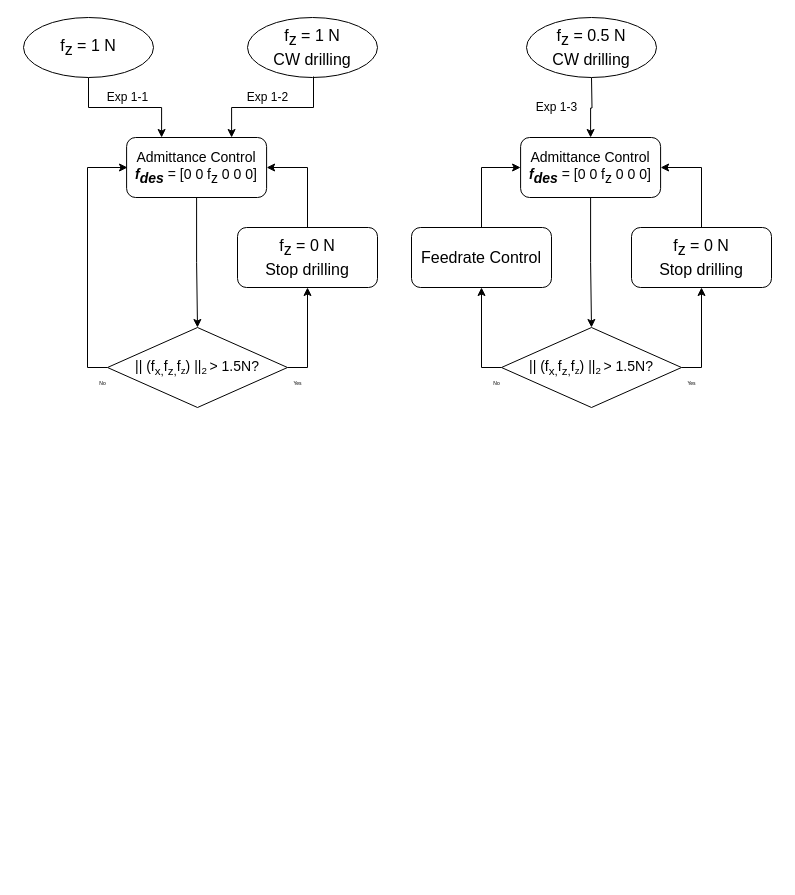
This is 009YiChan/Chan's thesis/Images/Original/Exp1.drawio from yichan0428/MS_thesis, a draw.io file, before an edit. Source tidied: cells renumbered, new cells numbered last; positions are measured from the earlier drawing's top-left corner, leaving out a move shared by most shapes. Both pictures are drawn from the tidied source at 100%, with x=0, y=0 at pixel (23, 17).
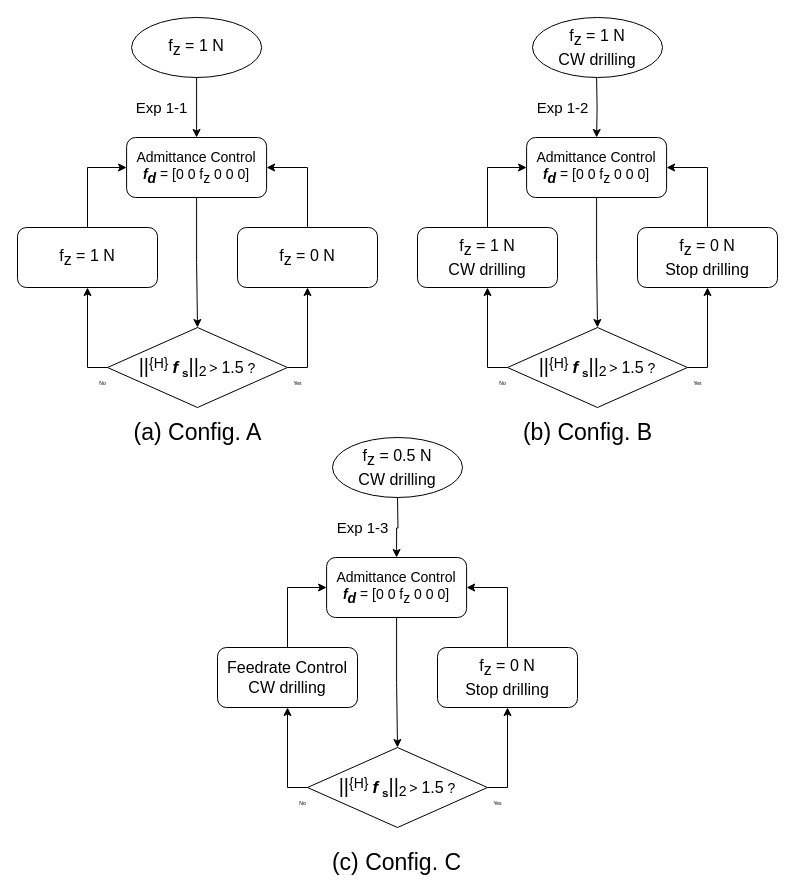
After the change.

Change to the diagram source:
```diff
@@
     <mxCell id="2" style="edgeStyle=orthogonalEdgeStyle;rounded=0;jettySize=auto;html=1;exitX=0.5;exitY=1;exitDx=0;exitDy=0;entryX=0.5;entryY=0;entryDx=0;entryDy=0;" parent="1" edge="1" target="4">
       <mxGeometry relative="1" as="geometry">
-        <mxPoint x="568" y="60" as="sourcePoint" />
+        <mxPoint x="374" y="480" as="sourcePoint" />
       </mxGeometry>
     </mxCell>
@@
-    <mxCell id="4" value="Admittance Control&lt;br style=&quot;font-size: 14px;&quot;&gt;&lt;i style=&quot;font-size: 14px;&quot;&gt;&lt;b style=&quot;font-size: 14px;&quot;&gt;f&lt;sub style=&quot;font-size: 14px;&quot;&gt;des&lt;/sub&gt;&lt;/b&gt;&lt;/i&gt;&amp;nbsp;= [0 0 f&lt;sub style=&quot;font-size: 14px;&quot;&gt;z&lt;/sub&gt;&lt;span style=&quot;font-size: 14px;&quot;&gt;&amp;nbsp;0 0 0&lt;/span&gt;&lt;span style=&quot;font-size: 14px;&quot;&gt;]&lt;/span&gt;" style="rounded=1;whiteSpace=wrap;html=1;fontSize=14;" parent="1" vertex="1">
-      <mxGeometry x="497.1" y="120" width="140" height="60" as="geometry" />
+    <mxCell id="4" value="Admittance Control&lt;br style=&quot;font-size: 14px&quot;&gt;&lt;i style=&quot;font-size: 14px&quot;&gt;&lt;b style=&quot;font-size: 14px&quot;&gt;f&lt;sub style=&quot;font-size: 14px&quot;&gt;d&lt;/sub&gt;&lt;/b&gt;&lt;/i&gt;&amp;nbsp;= [0 0 f&lt;sub style=&quot;font-size: 14px&quot;&gt;z&lt;/sub&gt;&lt;span style=&quot;font-size: 14px&quot;&gt;&amp;nbsp;0 0 0&lt;/span&gt;&lt;span style=&quot;font-size: 14px&quot;&gt;]&lt;/span&gt;" style="rounded=1;whiteSpace=wrap;html=1;fontSize=14;" parent="1" vertex="1">
+      <mxGeometry x="303.1" y="540" width="140" height="60" as="geometry" />
     </mxCell>
@@
-    <mxCell id="6" value="Feedrate Control" style="rounded=1;whiteSpace=wrap;html=1;fontSize=16;" parent="1" vertex="1">
-      <mxGeometry x="388" y="210" width="140" height="60" as="geometry" />
+    <mxCell id="6" value="Feedrate Control&lt;br&gt;CW drilling" style="rounded=1;whiteSpace=wrap;html=1;fontSize=16;" parent="1" vertex="1">
+      <mxGeometry x="194" y="630" width="140" height="60" as="geometry" />
     </mxCell>
     <mxCell id="7" style="edgeStyle=orthogonalEdgeStyle;rounded=0;jettySize=auto;html=1;exitX=1;exitY=0.5;exitDx=0;exitDy=0;entryX=0.5;entryY=1;entryDx=0;entryDy=0;" parent="1" edge="1" source="9" target="13">
       <mxGeometry relative="1" as="geometry">
         <Array as="points">
-          <mxPoint x="678" y="350" />
+          <mxPoint x="484" y="770" />
         </Array>
       </mxGeometry>
     </mxCell>
     <mxCell id="8" style="edgeStyle=orthogonalEdgeStyle;rounded=0;jettySize=auto;html=1;" parent="1" edge="1" target="6">
       <mxGeometry relative="1" as="geometry">
-        <mxPoint x="478" y="350" as="sourcePoint" />
+        <mxPoint x="284" y="770" as="sourcePoint" />
         <Array as="points">
-          <mxPoint x="458" y="350" />
+          <mxPoint x="264" y="770" />
         </Array>
       </mxGeometry>
     </mxCell>
-    <mxCell id="9" value="&lt;font style=&quot;font-size: 14px&quot;&gt;|| (f&lt;sub&gt;x,&lt;/sub&gt;f&lt;sub&gt;z,&lt;/sub&gt;f&lt;/font&gt;&lt;font&gt;&lt;span style=&quot;font-size: 11.6667px&quot;&gt;&lt;sub&gt;z&lt;/sub&gt;&lt;/span&gt;&lt;span style=&quot;font-size: 14px&quot;&gt;)&lt;/span&gt;&lt;b style=&quot;font-size: 14px&quot;&gt;&amp;nbsp;&lt;/b&gt;&lt;span style=&quot;font-size: 14px&quot;&gt;||&lt;/span&gt;&lt;span style=&quot;font-size: 11.6667px&quot;&gt;&lt;sub&gt;2&amp;nbsp;&lt;/sub&gt;&lt;/span&gt;&lt;span style=&quot;font-size: 14px&quot;&gt;&amp;gt; 1.5N?&lt;/span&gt;&lt;/font&gt;" style="rhombus;whiteSpace=wrap;html=1;" parent="1" vertex="1">
-      <mxGeometry x="478" y="310" width="180" height="80" as="geometry" />
+    <mxCell id="9" value="&lt;font style=&quot;font-size: 20px&quot;&gt;||&lt;/font&gt;&lt;sup style=&quot;font-size: 14px&quot;&gt;{H}&amp;nbsp;&lt;/sup&gt;&lt;b&gt;&lt;i&gt;&lt;font style=&quot;font-size: 17px&quot;&gt;f&lt;/font&gt;&lt;/i&gt;&lt;/b&gt;&lt;b style=&quot;font-size: 14px&quot;&gt;&amp;nbsp;&lt;sub&gt;s&lt;/sub&gt;&lt;/b&gt;&lt;span style=&quot;font-size: 20px&quot;&gt;||&lt;/span&gt;&lt;sub style=&quot;font-size: 14px&quot;&gt;2&lt;/sub&gt;&lt;span style=&quot;font-size: 11.6667px&quot;&gt;&lt;sub&gt;&amp;nbsp;&lt;/sub&gt;&lt;/span&gt;&lt;span style=&quot;font-size: 14px&quot;&gt;&amp;gt;&amp;nbsp;&lt;/span&gt;&lt;font style=&quot;font-size: 16px&quot;&gt;1.5&lt;/font&gt;&lt;span style=&quot;font-size: 14px&quot;&gt;&amp;nbsp;?&lt;/span&gt;" style="rhombus;whiteSpace=wrap;html=1;" parent="1" vertex="1">
+      <mxGeometry x="284" y="730" width="180" height="80" as="geometry" />
     </mxCell>
     <mxCell id="10" value="Yes" style="text;html=1;align=center;verticalAlign=middle;strokeColor=none;fontSize=5;" parent="1" vertex="1">
-      <mxGeometry x="648" y="360" width="40" height="10" as="geometry" />
+      <mxGeometry x="454" y="780" width="40" height="10" as="geometry" />
     </mxCell>
     <mxCell id="11" value="No" style="text;html=1;align=center;verticalAlign=middle;strokeColor=none;fontSize=5;" parent="1" vertex="1">
-      <mxGeometry x="458" y="360" width="30" height="10" as="geometry" />
+      <mxGeometry x="264" y="780" width="30" height="10" as="geometry" />
     </mxCell>
@@
     <mxCell id="13" value="&lt;span style=&quot;font-size: 16px;&quot;&gt;f&lt;sub style=&quot;font-size: 16px;&quot;&gt;z&lt;/sub&gt;&lt;/span&gt;&lt;span style=&quot;font-size: 16px;&quot;&gt;&amp;nbsp;= 0 N&lt;br style=&quot;font-size: 16px;&quot;&gt;Stop drilling&lt;br style=&quot;font-size: 16px;&quot;&gt;&lt;/span&gt;" style="rounded=1;whiteSpace=wrap;html=1;fontSize=16;" parent="1" vertex="1">
-      <mxGeometry x="608" y="210" width="140" height="60" as="geometry" />
+      <mxGeometry x="414" y="630" width="140" height="60" as="geometry" />
     </mxCell>
     <mxCell id="14" value="&lt;span style=&quot;font-size: 16px;&quot;&gt;f&lt;sub style=&quot;font-size: 16px;&quot;&gt;z&lt;/sub&gt;&lt;/span&gt;&lt;span style=&quot;font-size: 16px;&quot;&gt;&amp;nbsp;= 0.5 N&lt;br style=&quot;font-size: 16px;&quot;&gt;CW drilling&lt;br style=&quot;font-size: 16px;&quot;&gt;&lt;/span&gt;" style="ellipse;whiteSpace=wrap;html=1;fontSize=16;" parent="1" vertex="1">
-      <mxGeometry x="503" width="130" height="60" as="geometry" />
+      <mxGeometry x="309" y="420" width="130" height="60" as="geometry" />
     </mxCell>
-    <mxCell id="15" value="&lt;span style=&quot;font-size: 16px&quot;&gt;f&lt;sub style=&quot;font-size: 16px&quot;&gt;z&lt;/sub&gt;&lt;/span&gt;&lt;span style=&quot;font-size: 16px&quot;&gt;&amp;nbsp;= 1 N&lt;br style=&quot;font-size: 16px&quot;&gt;CW drilling&lt;br style=&quot;font-size: 16px&quot;&gt;&lt;/span&gt;" style="ellipse;whiteSpace=wrap;html=1;fontSize=16;" parent="1" vertex="1">
-      <mxGeometry x="224" width="130" height="60" as="geometry" />
-    </mxCell>
-    <mxCell id="16" style="edgeStyle=orthogonalEdgeStyle;rounded=0;jettySize=auto;html=1;exitX=0.5;exitY=1;exitDx=0;exitDy=0;entryX=0.25;entryY=0;entryDx=0;entryDy=0;" parent="1" edge="1" source="17" target="20">
+    <mxCell id="16" style="edgeStyle=orthogonalEdgeStyle;rounded=0;jettySize=auto;html=1;exitX=0.5;exitY=1;exitDx=0;exitDy=0;entryX=0.5;entryY=0;entryDx=0;entryDy=0;" parent="1" edge="1" source="17" target="20">
       <mxGeometry relative="1" as="geometry" />
     </mxCell>
     <mxCell id="17" value="&lt;span style=&quot;font-size: 16px&quot;&gt;f&lt;sub style=&quot;font-size: 16px&quot;&gt;z&lt;/sub&gt;&lt;/span&gt;&lt;span style=&quot;font-size: 16px&quot;&gt;&amp;nbsp;= 1 N&lt;br style=&quot;font-size: 16px&quot;&gt;&lt;/span&gt;" style="ellipse;whiteSpace=wrap;html=1;fontSize=16;" parent="1" vertex="1">
-      <mxGeometry width="130" height="60" as="geometry" />
+      <mxGeometry x="108.1" width="130" height="60" as="geometry" />
     </mxCell>
-    <mxCell id="18" style="edgeStyle=orthogonalEdgeStyle;rounded=0;jettySize=auto;html=1;entryX=0.75;entryY=0;entryDx=0;entryDy=0;" parent="1" edge="1" target="20">
-      <mxGeometry relative="1" as="geometry">
-        <mxPoint x="290" y="59" as="sourcePoint" />
-        <Array as="points">
-          <mxPoint x="290" y="59" />
-          <mxPoint x="290" y="90" />
-          <mxPoint x="208" y="90" />
-        </Array>
-      </mxGeometry>
-    </mxCell>
@@
-    <mxCell id="20" value="Admittance Control&lt;br style=&quot;font-size: 14px;&quot;&gt;&lt;i style=&quot;font-size: 14px;&quot;&gt;&lt;b style=&quot;font-size: 14px;&quot;&gt;f&lt;sub style=&quot;font-size: 14px;&quot;&gt;des&lt;/sub&gt;&lt;/b&gt;&lt;/i&gt;&amp;nbsp;= [0 0 f&lt;sub style=&quot;font-size: 14px;&quot;&gt;z&lt;/sub&gt;&lt;span style=&quot;font-size: 14px;&quot;&gt;&amp;nbsp;0 0 0&lt;/span&gt;&lt;span style=&quot;font-size: 14px;&quot;&gt;]&lt;/span&gt;" style="rounded=1;whiteSpace=wrap;html=1;fontSize=14;" parent="1" vertex="1">
+    <mxCell id="20" value="Admittance Control&lt;br style=&quot;font-size: 14px&quot;&gt;&lt;i style=&quot;font-size: 14px&quot;&gt;&lt;b style=&quot;font-size: 14px&quot;&gt;f&lt;sub style=&quot;font-size: 14px&quot;&gt;d&lt;/sub&gt;&lt;/b&gt;&lt;/i&gt;&amp;nbsp;= [0 0 f&lt;sub style=&quot;font-size: 14px&quot;&gt;z&lt;/sub&gt;&lt;span style=&quot;font-size: 14px&quot;&gt;&amp;nbsp;0 0 0&lt;/span&gt;&lt;span style=&quot;font-size: 14px&quot;&gt;]&lt;/span&gt;" style="rounded=1;whiteSpace=wrap;html=1;fontSize=14;" parent="1" vertex="1">
       <mxGeometry x="103.1" y="120" width="140" height="60" as="geometry" />
     </mxCell>
@@
-    <mxCell id="22" style="edgeStyle=orthogonalEdgeStyle;rounded=0;orthogonalLoop=1;jettySize=auto;html=1;" parent="1" edge="1">
-      <mxGeometry relative="1" as="geometry">
-        <mxPoint x="84" y="350" as="sourcePoint" />
-        <mxPoint x="104" y="150" as="targetPoint" />
-        <Array as="points">
-          <mxPoint x="64" y="350" />
-        </Array>
-      </mxGeometry>
-    </mxCell>
+    <mxCell id="31" style="edgeStyle=orthogonalEdgeStyle;rounded=0;jettySize=auto;html=1;exitX=0;exitY=0.5;exitDx=0;exitDy=0;entryX=0.5;entryY=1;entryDx=0;entryDy=0;" parent="1" edge="1" source="23" target="33">
+      <mxGeometry relative="1" as="geometry" />
+    </mxCell>
-    <mxCell id="23" value="&lt;font style=&quot;font-size: 14px&quot;&gt;|| (f&lt;sub&gt;x,&lt;/sub&gt;f&lt;sub&gt;z,&lt;/sub&gt;f&lt;/font&gt;&lt;font&gt;&lt;span style=&quot;font-size: 11.6667px&quot;&gt;&lt;sub&gt;z&lt;/sub&gt;&lt;/span&gt;&lt;span style=&quot;font-size: 14px&quot;&gt;)&lt;/span&gt;&lt;b style=&quot;font-size: 14px&quot;&gt;&amp;nbsp;&lt;/b&gt;&lt;span style=&quot;font-size: 14px&quot;&gt;||&lt;/span&gt;&lt;span style=&quot;font-size: 11.6667px&quot;&gt;&lt;sub&gt;2&amp;nbsp;&lt;/sub&gt;&lt;/span&gt;&lt;span style=&quot;font-size: 14px&quot;&gt;&amp;gt; 1.5N?&lt;/span&gt;&lt;/font&gt;" style="rhombus;whiteSpace=wrap;html=1;" parent="1" vertex="1">
+    <mxCell id="23" value="&lt;font style=&quot;font-size: 20px&quot;&gt;||&lt;/font&gt;&lt;sup style=&quot;font-size: 14px&quot;&gt;{H}&amp;nbsp;&lt;/sup&gt;&lt;b&gt;&lt;i&gt;&lt;font style=&quot;font-size: 17px&quot;&gt;f&lt;/font&gt;&lt;/i&gt;&lt;/b&gt;&lt;b style=&quot;font-size: 14px&quot;&gt;&amp;nbsp;&lt;sub&gt;s&lt;/sub&gt;&lt;/b&gt;&lt;span style=&quot;font-size: 20px&quot;&gt;||&lt;/span&gt;&lt;sub style=&quot;font-size: 14px&quot;&gt;2&lt;/sub&gt;&lt;span style=&quot;font-size: 11.6667px&quot;&gt;&lt;sub&gt;&amp;nbsp;&lt;/sub&gt;&lt;/span&gt;&lt;span style=&quot;font-size: 14px&quot;&gt;&amp;gt;&amp;nbsp;&lt;/span&gt;&lt;font style=&quot;font-size: 16px&quot;&gt;1.5&lt;/font&gt;&lt;span style=&quot;font-size: 14px&quot;&gt;&amp;nbsp;?&lt;/span&gt;" style="rhombus;whiteSpace=wrap;html=1;" parent="1" vertex="1">
       <mxGeometry x="84" y="310" width="180" height="80" as="geometry" />
     </mxCell>
@@
-    <mxCell id="27" value="&lt;span style=&quot;font-size: 16px;&quot;&gt;f&lt;sub style=&quot;font-size: 16px;&quot;&gt;z&lt;/sub&gt;&lt;/span&gt;&lt;span style=&quot;font-size: 16px;&quot;&gt;&amp;nbsp;= 0 N&lt;br style=&quot;font-size: 16px;&quot;&gt;Stop drilling&lt;br style=&quot;font-size: 16px;&quot;&gt;&lt;/span&gt;" style="rounded=1;whiteSpace=wrap;html=1;fontSize=16;" parent="1" vertex="1">
+    <mxCell id="27" value="&lt;span style=&quot;font-size: 16px&quot;&gt;f&lt;sub style=&quot;font-size: 16px&quot;&gt;z&lt;/sub&gt;&lt;/span&gt;&lt;span style=&quot;font-size: 16px&quot;&gt;&amp;nbsp;= 0 N&lt;br style=&quot;font-size: 16px&quot;&gt;&lt;/span&gt;" style="rounded=1;whiteSpace=wrap;html=1;fontSize=16;" parent="1" vertex="1">
       <mxGeometry x="214" y="210" width="140" height="60" as="geometry" />
     </mxCell>
-    <mxCell id="28" value="Exp 1-1" style="text;html=1;align=center;verticalAlign=middle;strokeColor=none;" parent="1" vertex="1">
-      <mxGeometry x="74" y="70" width="60" height="20" as="geometry" />
+    <mxCell id="28" value="Exp 1-1" style="text;html=1;align=center;verticalAlign=middle;strokeColor=none;fontSize=15;" parent="1" vertex="1">
+      <mxGeometry x="103.1" y="80" width="70" height="20" as="geometry" />
     </mxCell>
+    <mxCell id="30" value="Exp 1-3" style="text;html=1;align=center;verticalAlign=middle;strokeColor=none;fontSize=15;" parent="1" vertex="1">
+      <mxGeometry x="304" y="500" width="70" height="20" as="geometry" />
+    </mxCell>
+    <mxCell id="32" style="edgeStyle=orthogonalEdgeStyle;rounded=0;jettySize=auto;html=1;exitX=0.5;exitY=0;exitDx=0;exitDy=0;entryX=0;entryY=0.5;entryDx=0;entryDy=0;" parent="1" edge="1" source="33" target="20">
+      <mxGeometry relative="1" as="geometry" />
+    </mxCell>
+    <mxCell id="33" value="&lt;span style=&quot;font-size: 16px&quot;&gt;f&lt;sub style=&quot;font-size: 16px&quot;&gt;z&lt;/sub&gt;&lt;/span&gt;&lt;span style=&quot;font-size: 16px&quot;&gt;&amp;nbsp;= 1 N&lt;br style=&quot;font-size: 16px&quot;&gt;&lt;/span&gt;" style="rounded=1;whiteSpace=wrap;html=1;fontSize=16;" parent="1" vertex="1">
+      <mxGeometry x="-6" y="210" width="140" height="60" as="geometry" />
+    </mxCell>
+    <mxCell id="15" value="&lt;span style=&quot;font-size: 16px&quot;&gt;f&lt;sub style=&quot;font-size: 16px&quot;&gt;z&lt;/sub&gt;&lt;/span&gt;&lt;span style=&quot;font-size: 16px&quot;&gt;&amp;nbsp;= 1 N&lt;br style=&quot;font-size: 16px&quot;&gt;CW drilling&lt;br style=&quot;font-size: 16px&quot;&gt;&lt;/span&gt;" style="ellipse;whiteSpace=wrap;html=1;fontSize=16;" parent="1" vertex="1">
+      <mxGeometry x="509" width="130" height="60" as="geometry" />
+    </mxCell>
+    <mxCell id="34" style="edgeStyle=orthogonalEdgeStyle;rounded=0;jettySize=auto;html=1;exitX=0.5;exitY=1;exitDx=0;exitDy=0;entryX=0.5;entryY=0;entryDx=0;entryDy=0;" parent="1" edge="1" target="36">
+      <mxGeometry relative="1" as="geometry">
+        <mxPoint x="573.1" y="60" as="sourcePoint" />
+      </mxGeometry>
+    </mxCell>
+    <mxCell id="35" style="edgeStyle=orthogonalEdgeStyle;rounded=0;jettySize=auto;html=1;exitX=0.5;exitY=1;exitDx=0;exitDy=0;entryX=0.5;entryY=0;entryDx=0;entryDy=0;" parent="1" edge="1" source="36" target="39">
+      <mxGeometry relative="1" as="geometry" />
+    </mxCell>
+    <mxCell id="36" value="Admittance Control&lt;br style=&quot;font-size: 14px&quot;&gt;&lt;i style=&quot;font-size: 14px&quot;&gt;&lt;b style=&quot;font-size: 14px&quot;&gt;f&lt;sub style=&quot;font-size: 14px&quot;&gt;d&lt;/sub&gt;&lt;/b&gt;&lt;/i&gt;&amp;nbsp;= [0 0 f&lt;sub style=&quot;font-size: 14px&quot;&gt;z&lt;/sub&gt;&lt;span style=&quot;font-size: 14px&quot;&gt;&amp;nbsp;0 0 0&lt;/span&gt;&lt;span style=&quot;font-size: 14px&quot;&gt;]&lt;/span&gt;" style="rounded=1;whiteSpace=wrap;html=1;fontSize=14;" parent="1" vertex="1">
+      <mxGeometry x="503.1" y="120" width="140" height="60" as="geometry" />
+    </mxCell>
+    <mxCell id="37" style="edgeStyle=orthogonalEdgeStyle;rounded=0;jettySize=auto;html=1;exitX=1;exitY=0.5;exitDx=0;exitDy=0;entryX=0.5;entryY=1;entryDx=0;entryDy=0;" parent="1" edge="1" source="39" target="43">
+      <mxGeometry relative="1" as="geometry">
+        <Array as="points">
+          <mxPoint x="684" y="350" />
+        </Array>
+      </mxGeometry>
+    </mxCell>
+    <mxCell id="38" style="edgeStyle=orthogonalEdgeStyle;rounded=0;jettySize=auto;html=1;exitX=0;exitY=0.5;exitDx=0;exitDy=0;entryX=0.5;entryY=1;entryDx=0;entryDy=0;" parent="1" edge="1" source="39" target="45">
+      <mxGeometry relative="1" as="geometry" />
+    </mxCell>
+    <mxCell id="39" value="&lt;font style=&quot;font-size: 20px&quot;&gt;||&lt;/font&gt;&lt;sup style=&quot;font-size: 14px&quot;&gt;{H}&amp;nbsp;&lt;/sup&gt;&lt;b&gt;&lt;i&gt;&lt;font style=&quot;font-size: 17px&quot;&gt;f&lt;/font&gt;&lt;/i&gt;&lt;/b&gt;&lt;b style=&quot;font-size: 14px&quot;&gt;&amp;nbsp;&lt;sub&gt;s&lt;/sub&gt;&lt;/b&gt;&lt;span style=&quot;font-size: 20px&quot;&gt;||&lt;/span&gt;&lt;sub style=&quot;font-size: 14px&quot;&gt;2&lt;/sub&gt;&lt;span style=&quot;font-size: 11.6667px&quot;&gt;&lt;sub&gt;&amp;nbsp;&lt;/sub&gt;&lt;/span&gt;&lt;span style=&quot;font-size: 14px&quot;&gt;&amp;gt;&amp;nbsp;&lt;/span&gt;&lt;font style=&quot;font-size: 16px&quot;&gt;1.5&lt;/font&gt;&lt;span style=&quot;font-size: 14px&quot;&gt;&amp;nbsp;?&lt;/span&gt;" style="rhombus;whiteSpace=wrap;html=1;" parent="1" vertex="1">
+      <mxGeometry x="484" y="310" width="180" height="80" as="geometry" />
+    </mxCell>
+    <mxCell id="40" value="Yes" style="text;html=1;align=center;verticalAlign=middle;strokeColor=none;fontSize=5;" parent="1" vertex="1">
+      <mxGeometry x="654" y="360" width="40" height="10" as="geometry" />
+    </mxCell>
+    <mxCell id="41" value="No" style="text;html=1;align=center;verticalAlign=middle;strokeColor=none;fontSize=5;" parent="1" vertex="1">
+      <mxGeometry x="464" y="360" width="30" height="10" as="geometry" />
+    </mxCell>
+    <mxCell id="42" style="edgeStyle=orthogonalEdgeStyle;rounded=0;jettySize=auto;html=1;exitX=0.5;exitY=0;exitDx=0;exitDy=0;entryX=1;entryY=0.5;entryDx=0;entryDy=0;" parent="1" edge="1" source="43" target="36">
+      <mxGeometry relative="1" as="geometry" />
+    </mxCell>
+    <mxCell id="43" value="&lt;span style=&quot;font-size: 16px;&quot;&gt;f&lt;sub style=&quot;font-size: 16px;&quot;&gt;z&lt;/sub&gt;&lt;/span&gt;&lt;span style=&quot;font-size: 16px;&quot;&gt;&amp;nbsp;= 0 N&lt;br style=&quot;font-size: 16px;&quot;&gt;Stop drilling&lt;br style=&quot;font-size: 16px;&quot;&gt;&lt;/span&gt;" style="rounded=1;whiteSpace=wrap;html=1;fontSize=16;" parent="1" vertex="1">
+      <mxGeometry x="614" y="210" width="140" height="60" as="geometry" />
+    </mxCell>
-    <mxCell id="29" value="Exp 1-2" style="text;html=1;align=center;verticalAlign=middle;strokeColor=none;" parent="1" vertex="1">
-      <mxGeometry x="214" y="70" width="60" height="20" as="geometry" />
+    <mxCell id="29" value="Exp 1-2" style="text;html=1;align=center;verticalAlign=middle;strokeColor=none;fontSize=15;" parent="1" vertex="1">
+      <mxGeometry x="504" y="80" width="70" height="20" as="geometry" />
     </mxCell>
-    <mxCell id="30" value="Exp 1-3" style="text;html=1;align=center;verticalAlign=middle;strokeColor=none;" parent="1" vertex="1">
-      <mxGeometry x="503" y="80" width="60" height="20" as="geometry" />
-    </mxCell>
+    <mxCell id="44" style="edgeStyle=orthogonalEdgeStyle;rounded=0;jettySize=auto;html=1;exitX=0.5;exitY=0;exitDx=0;exitDy=0;entryX=0;entryY=0.5;entryDx=0;entryDy=0;" parent="1" edge="1" source="45" target="36">
+      <mxGeometry relative="1" as="geometry" />
+    </mxCell>
+    <mxCell id="45" value="&lt;span style=&quot;font-size: 16px&quot;&gt;f&lt;sub style=&quot;font-size: 16px&quot;&gt;z&lt;/sub&gt;&lt;/span&gt;&lt;span style=&quot;font-size: 16px&quot;&gt;&amp;nbsp;= 1 N&lt;br style=&quot;font-size: 16px&quot;&gt;CW drilling&lt;br style=&quot;font-size: 16px&quot;&gt;&lt;/span&gt;" style="rounded=1;whiteSpace=wrap;html=1;fontSize=16;" parent="1" vertex="1">
+      <mxGeometry x="394" y="210" width="140" height="60" as="geometry" />
+    </mxCell>
+    <mxCell id="46" value="&lt;font style=&quot;font-size: 23px&quot;&gt;(b) Config. B&lt;/font&gt;" style="text;html=1;align=center;verticalAlign=middle;strokeColor=none;fontSize=18;fontStyle=0;" parent="1" vertex="1">
+      <mxGeometry x="494" y="400" width="140" height="30" as="geometry" />
+    </mxCell>
+    <mxCell id="47" value="&lt;font style=&quot;font-size: 23px&quot;&gt;(c) Config. C&lt;/font&gt;" style="text;html=1;align=center;verticalAlign=middle;strokeColor=none;fontSize=18;fontStyle=0;" parent="1" vertex="1">
+      <mxGeometry x="303.1" y="830" width="140" height="30" as="geometry" />
+    </mxCell>
+    <mxCell id="48" value="&lt;font style=&quot;font-size: 23px&quot;&gt;(a) Config. A&lt;/font&gt;" style="text;html=1;align=center;verticalAlign=middle;strokeColor=none;fontSize=18;fontStyle=0;" parent="1" vertex="1">
+      <mxGeometry x="104" y="400" width="140" height="30" as="geometry" />
+    </mxCell>
```
